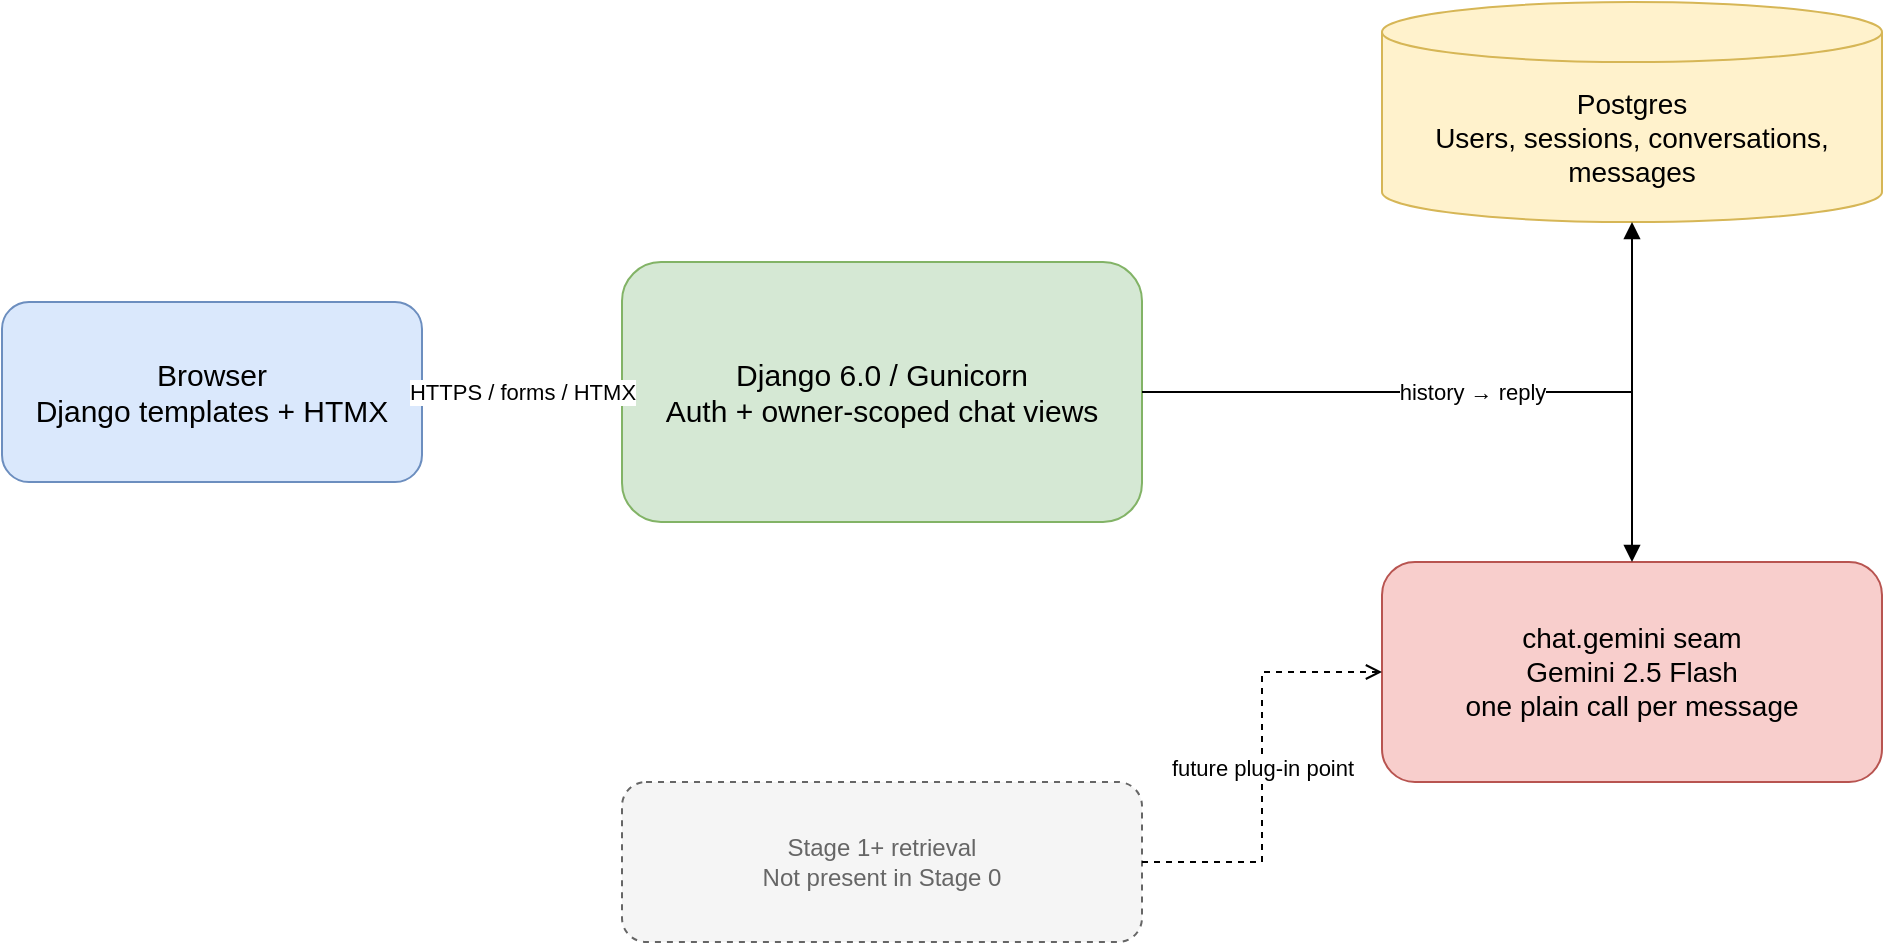
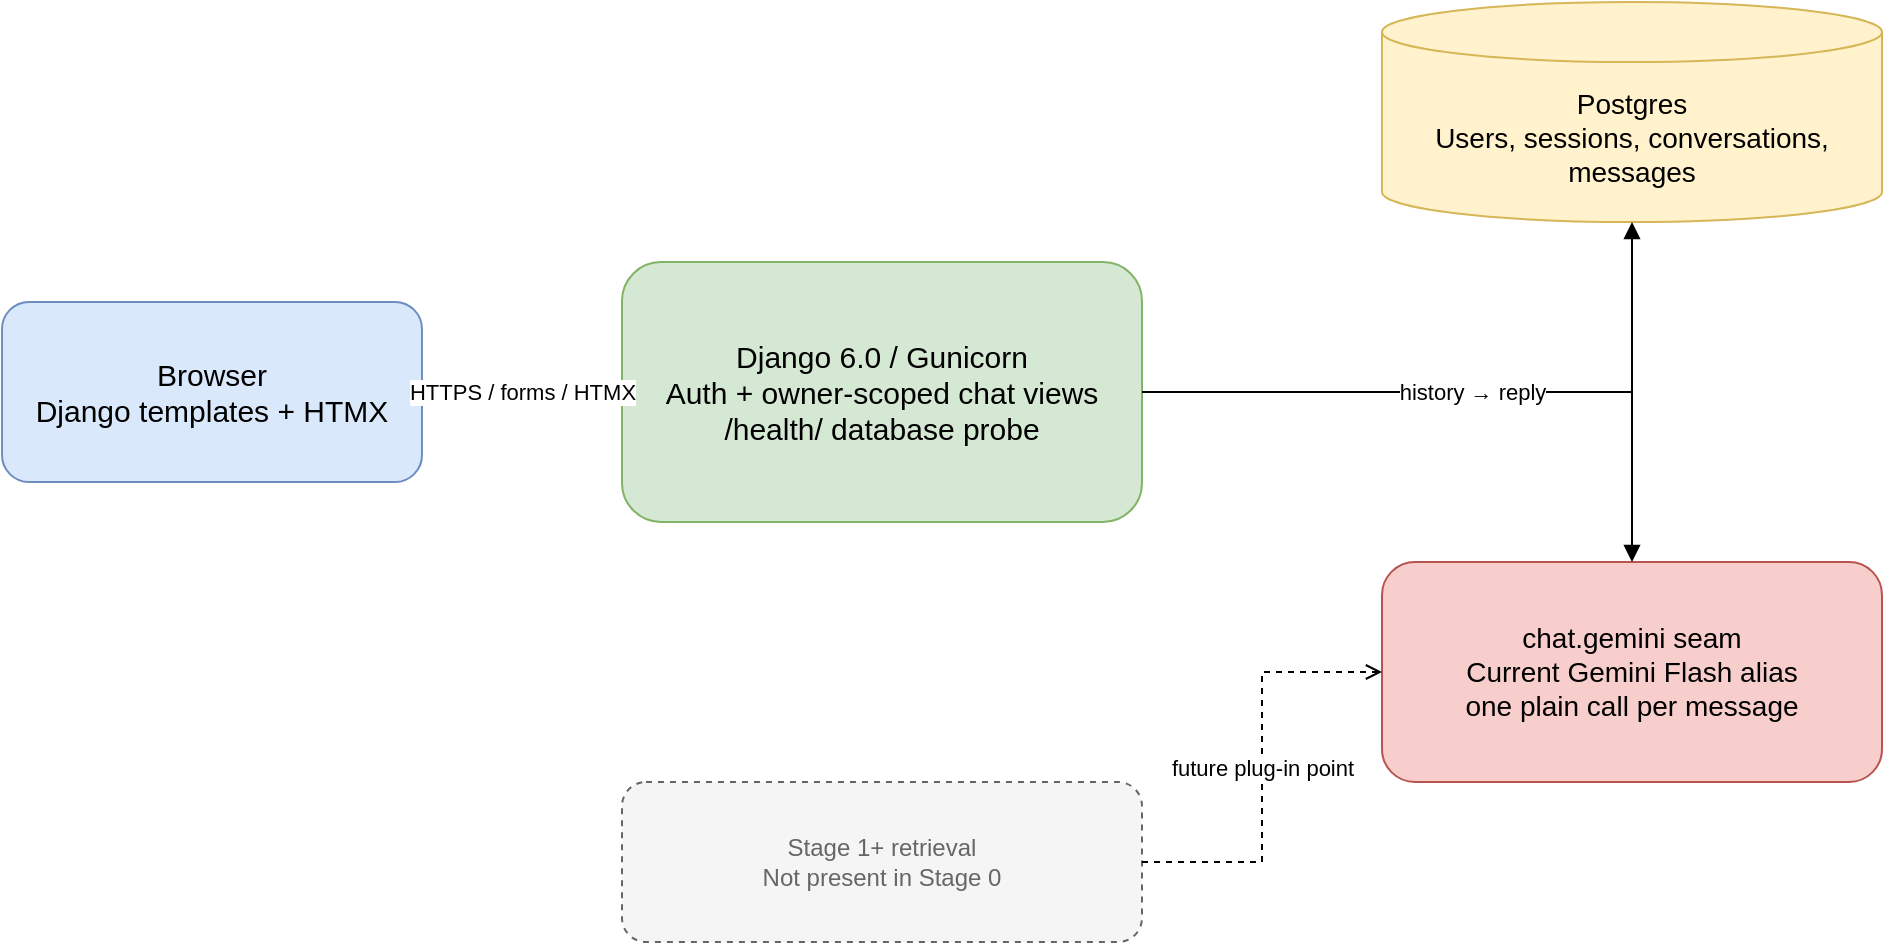
<mxfile host="app.diagrams.net">
  <diagram name="Stage 0 Architecture" id="stage0">
    <mxGraphModel dx="1200" dy="800" grid="1" gridSize="10" guides="1" tooltips="1" connect="1" arrows="1" fold="1" page="1" pageScale="1" pageWidth="1169" pageHeight="827" math="0" shadow="0">
      <root>
        <mxCell id="0" />
        <mxCell id="1" parent="0" />
        <mxCell id="browser" value="Browser&#xa;Django templates + HTMX" style="rounded=1;whiteSpace=wrap;html=1;fillColor=#dae8fc;strokeColor=#6c8ebf;fontSize=15;" vertex="1" parent="1"><mxGeometry x="80" y="260" width="210" height="90" as="geometry" /></mxCell>
-         <mxCell id="django" value="Django 6.0 / Gunicorn&#xa;Auth + owner-scoped chat views" style="rounded=1;whiteSpace=wrap;html=1;fillColor=#d5e8d4;strokeColor=#82b366;fontSize=15;" vertex="1" parent="1"><mxGeometry x="390" y="240" width="260" height="130" as="geometry" /></mxCell>
+         <mxCell id="django" value="Django 6.0 / Gunicorn&#xa;Auth + owner-scoped chat views&#xa;/health/ database probe" style="rounded=1;whiteSpace=wrap;html=1;fillColor=#d5e8d4;strokeColor=#82b366;fontSize=15;" vertex="1" parent="1"><mxGeometry x="390" y="240" width="260" height="130" as="geometry" /></mxCell>
        <mxCell id="postgres" value="Postgres&#xa;Users, sessions, conversations, messages" style="shape=cylinder3;whiteSpace=wrap;html=1;boundedLbl=1;backgroundOutline=1;fillColor=#fff2cc;strokeColor=#d6b656;fontSize=14;" vertex="1" parent="1"><mxGeometry x="770" y="110" width="250" height="110" as="geometry" /></mxCell>
-         <mxCell id="gemini" value="chat.gemini seam&#xa;Gemini 2.5 Flash&#xa;one plain call per message" style="rounded=1;whiteSpace=wrap;html=1;fillColor=#f8cecc;strokeColor=#b85450;fontSize=14;" vertex="1" parent="1"><mxGeometry x="770" y="390" width="250" height="110" as="geometry" /></mxCell>
+         <mxCell id="gemini" value="chat.gemini seam&#xa;Current Gemini Flash alias&#xa;one plain call per message" style="rounded=1;whiteSpace=wrap;html=1;fillColor=#f8cecc;strokeColor=#b85450;fontSize=14;" vertex="1" parent="1"><mxGeometry x="770" y="390" width="250" height="110" as="geometry" /></mxCell>
        <mxCell id="future" value="Stage 1+ retrieval&#xa;Not present in Stage 0" style="rounded=1;whiteSpace=wrap;html=1;dashed=1;fillColor=#f5f5f5;strokeColor=#666666;fontColor=#666666;" vertex="1" parent="1"><mxGeometry x="390" y="500" width="260" height="80" as="geometry" /></mxCell>
        <mxCell id="e1" value="HTTPS / forms / HTMX" style="edgeStyle=orthogonalEdgeStyle;rounded=0;orthogonalLoop=1;jettySize=auto;html=1;endArrow=block;" edge="1" parent="1" source="browser" target="django"><mxGeometry relative="1" as="geometry" /></mxCell>
        <mxCell id="e2" value="Django ORM" style="edgeStyle=orthogonalEdgeStyle;rounded=0;orthogonalLoop=1;jettySize=auto;html=1;endArrow=block;" edge="1" parent="1" source="django" target="postgres"><mxGeometry relative="1" as="geometry" /></mxCell>
        <mxCell id="e3" value="history → reply" style="edgeStyle=orthogonalEdgeStyle;rounded=0;orthogonalLoop=1;jettySize=auto;html=1;endArrow=block;" edge="1" parent="1" source="django" target="gemini"><mxGeometry relative="1" as="geometry" /></mxCell>
        <mxCell id="e4" value="future plug-in point" style="edgeStyle=orthogonalEdgeStyle;rounded=0;orthogonalLoop=1;jettySize=auto;html=1;dashed=1;endArrow=open;" edge="1" parent="1" source="future" target="gemini"><mxGeometry relative="1" as="geometry" /></mxCell>
      </root>
    </mxGraphModel>
  </diagram>
</mxfile>
